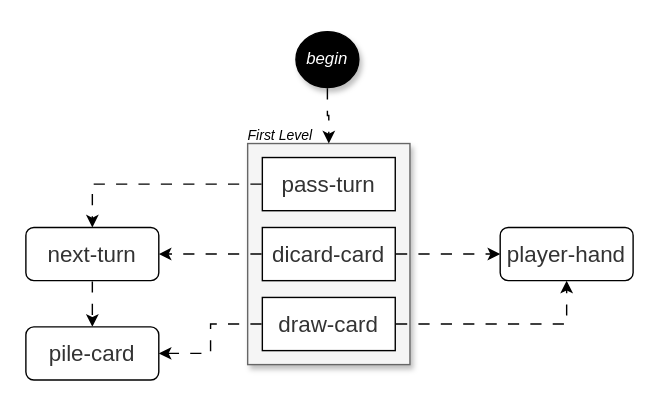
Above: architecture-1.drawio.svg in olbiwan/uno (draw.io), before the change. Source tidied: cells renumbered, new cells last; positions are measured from the earlier drawing's top-left corner, leaving out a move shared by most shapes. Its diagram source:
```xml
<mxGraphModel>
  <root>
    <mxCell id="0" />
    <mxCell id="1" parent="0" />
    <mxCell id="2" style="rounded=0;whiteSpace=wrap;html=1;fillColor=#f5f5f5;fontColor=#333333;strokeColor=#666666;shadow=1;" parent="1" vertex="1">
      <mxGeometry x="158.5" y="80" width="116" height="158" as="geometry" />
    </mxCell>
    <mxCell id="3" style="edgeStyle=orthogonalEdgeStyle;rounded=0;jettySize=auto;html=1;exitX=0;exitY=0.5;exitDx=0;exitDy=0;flowAnimation=1;entryX=0.5;entryY=0;entryDx=0;entryDy=0;" parent="1" edge="1" source="4" target="12">
      <mxGeometry relative="1" as="geometry" />
    </mxCell>
    <mxCell id="4" value="&lt;span style=&quot;color: rgb(51, 51, 51); font-family: &amp;quot;trebuchet ms&amp;quot;, verdana, arial, sans-serif; font-size: 16px; text-wrap: nowrap; background-color: rgb(255, 255, 255);&quot;&gt;pass-turn&lt;/span&gt;" style="rounded=0;whiteSpace=wrap;html=1;" parent="1" vertex="1">
      <mxGeometry x="169" y="90" width="95" height="38" as="geometry" />
    </mxCell>
    <mxCell id="5" style="edgeStyle=orthogonalEdgeStyle;rounded=0;jettySize=auto;html=1;flowAnimation=1;" parent="1" edge="1" source="6" target="14">
      <mxGeometry relative="1" as="geometry" />
    </mxCell>
    <mxCell id="6" value="&lt;span style=&quot;color: rgb(51, 51, 51); font-family: &amp;quot;trebuchet ms&amp;quot;, verdana, arial, sans-serif; font-size: 16px; text-wrap: nowrap;&quot;&gt;dicard-card&lt;/span&gt;" style="rounded=0;whiteSpace=wrap;html=1;" parent="1" vertex="1">
      <mxGeometry x="169" y="140" width="95" height="38" as="geometry" />
    </mxCell>
    <mxCell id="7" style="edgeStyle=orthogonalEdgeStyle;rounded=0;jettySize=auto;html=1;exitX=0;exitY=0.5;exitDx=0;exitDy=0;flowAnimation=1;entryX=1;entryY=0.5;entryDx=0;entryDy=0;" parent="1" edge="1" source="6" target="12">
      <mxGeometry relative="1" as="geometry" />
    </mxCell>
    <mxCell id="8" style="edgeStyle=orthogonalEdgeStyle;rounded=0;jettySize=auto;html=1;exitX=1;exitY=0.5;exitDx=0;exitDy=0;flowAnimation=1;" parent="1" edge="1" source="10" target="14">
      <mxGeometry relative="1" as="geometry" />
    </mxCell>
    <mxCell id="9" style="edgeStyle=orthogonalEdgeStyle;rounded=0;jettySize=auto;html=1;entryX=1;entryY=0.5;entryDx=0;entryDy=0;flowAnimation=1;exitX=0;exitY=0.5;exitDx=0;exitDy=0;" parent="1" edge="1" source="10" target="13">
      <mxGeometry relative="1" as="geometry" />
    </mxCell>
    <mxCell id="10" value="&lt;span style=&quot;color: rgb(51, 51, 51); font-family: &amp;quot;trebuchet ms&amp;quot;, verdana, arial, sans-serif; font-size: 16px; text-wrap: nowrap; background-color: rgb(255, 255, 255);&quot;&gt;draw-card&lt;/span&gt;" style="rounded=0;whiteSpace=wrap;html=1;" parent="1" vertex="1">
      <mxGeometry x="169" y="190" width="95" height="38" as="geometry" />
    </mxCell>
    <mxCell id="11" style="edgeStyle=orthogonalEdgeStyle;rounded=0;jettySize=auto;html=1;entryX=0.5;entryY=0;entryDx=0;entryDy=0;flowAnimation=1;exitX=0.5;exitY=1;exitDx=0;exitDy=0;" parent="1" edge="1" source="12" target="13">
      <mxGeometry relative="1" as="geometry" />
    </mxCell>
    <mxCell id="12" value="&lt;span style=&quot;color: rgb(51, 51, 51); font-family: &amp;quot;trebuchet ms&amp;quot;, verdana, arial, sans-serif; font-size: 16px; text-wrap: nowrap; background-color: rgb(255, 255, 255);&quot;&gt;next-turn&lt;/span&gt;" style="rounded=1;whiteSpace=wrap;html=1;" parent="1" vertex="1">
      <mxGeometry y="140" width="95" height="38" as="geometry" />
    </mxCell>
    <mxCell id="13" value="&lt;span style=&quot;color: rgb(51, 51, 51); font-family: &amp;quot;trebuchet ms&amp;quot;, verdana, arial, sans-serif; font-size: 16px; text-wrap: nowrap; background-color: rgb(255, 255, 255);&quot;&gt;pile-card&lt;/span&gt;" style="rounded=1;whiteSpace=wrap;html=1;" parent="1" vertex="1">
      <mxGeometry y="211" width="95" height="38" as="geometry" />
    </mxCell>
    <mxCell id="14" value="&lt;span style=&quot;color: rgb(51, 51, 51); font-family: &amp;quot;trebuchet ms&amp;quot;, verdana, arial, sans-serif; font-size: 16px; text-wrap: nowrap; background-color: rgb(255, 255, 255);&quot;&gt;player-hand&lt;/span&gt;" style="rounded=1;whiteSpace=wrap;html=1;" parent="1" vertex="1">
      <mxGeometry x="339" y="140" width="95" height="38" as="geometry" />
    </mxCell>
    <mxCell id="15" style="edgeStyle=orthogonalEdgeStyle;rounded=0;jettySize=auto;html=1;entryX=0.5;entryY=0;entryDx=0;entryDy=0;flowAnimation=1;" parent="1" edge="1" source="16" target="2">
      <mxGeometry relative="1" as="geometry" />
    </mxCell>
    <mxCell id="16" value="begin" style="ellipse;whiteSpace=wrap;html=1;fontStyle=2;fillColor=#000000;fontColor=#FFFFFF;shadow=1;" parent="1" vertex="1">
      <mxGeometry x="193" width="45" height="40" as="geometry" />
    </mxCell>
    <mxCell id="17" value="First Level" style="text;html=1;align=center;verticalAlign=middle;whiteSpace=wrap;rounded=0;fontStyle=2;fontSize=10;" parent="1" vertex="1">
      <mxGeometry x="151.5" y="59" width="60" height="30" as="geometry" />
    </mxCell>
  </root>
</mxGraphModel>
```
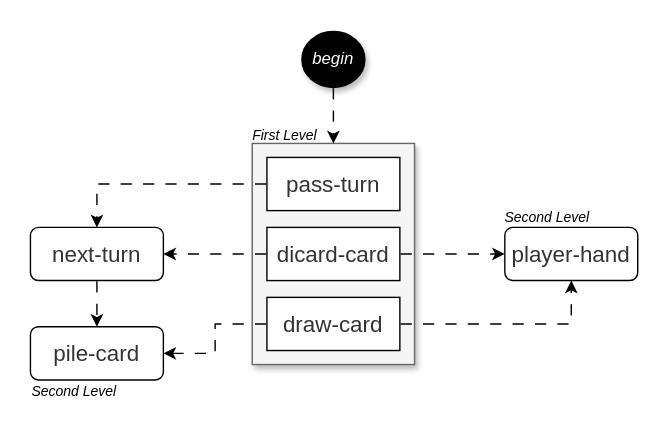
After the change.

Diff of the diagram source:
```diff
@@ -45,10 +45,16 @@
       <mxGeometry relative="1" as="geometry" />
     </mxCell>
     <mxCell id="16" value="begin" style="ellipse;whiteSpace=wrap;html=1;fontStyle=2;fillColor=#000000;fontColor=#FFFFFF;shadow=1;" parent="1" vertex="1">
-      <mxGeometry x="193" width="45" height="40" as="geometry" />
+      <mxGeometry x="194" width="45" height="40" as="geometry" />
     </mxCell>
     <mxCell id="17" value="First Level" style="text;html=1;align=center;verticalAlign=middle;whiteSpace=wrap;rounded=0;fontStyle=2;fontSize=10;" parent="1" vertex="1">
       <mxGeometry x="151.5" y="59" width="60" height="30" as="geometry" />
     </mxCell>
+    <mxCell id="18" value="Second Level" style="text;html=1;align=center;verticalAlign=middle;whiteSpace=wrap;rounded=0;fontStyle=2;fontSize=10;" parent="1" vertex="1">
+      <mxGeometry x="335" y="118" width="69" height="30" as="geometry" />
+    </mxCell>
+    <mxCell id="19" value="Second Level" style="text;html=1;align=center;verticalAlign=middle;whiteSpace=wrap;rounded=0;fontStyle=2;fontSize=10;" parent="1" vertex="1">
+      <mxGeometry x="-3" y="242" width="69" height="30" as="geometry" />
+    </mxCell>
   </root>
 </mxGraphModel>
```
